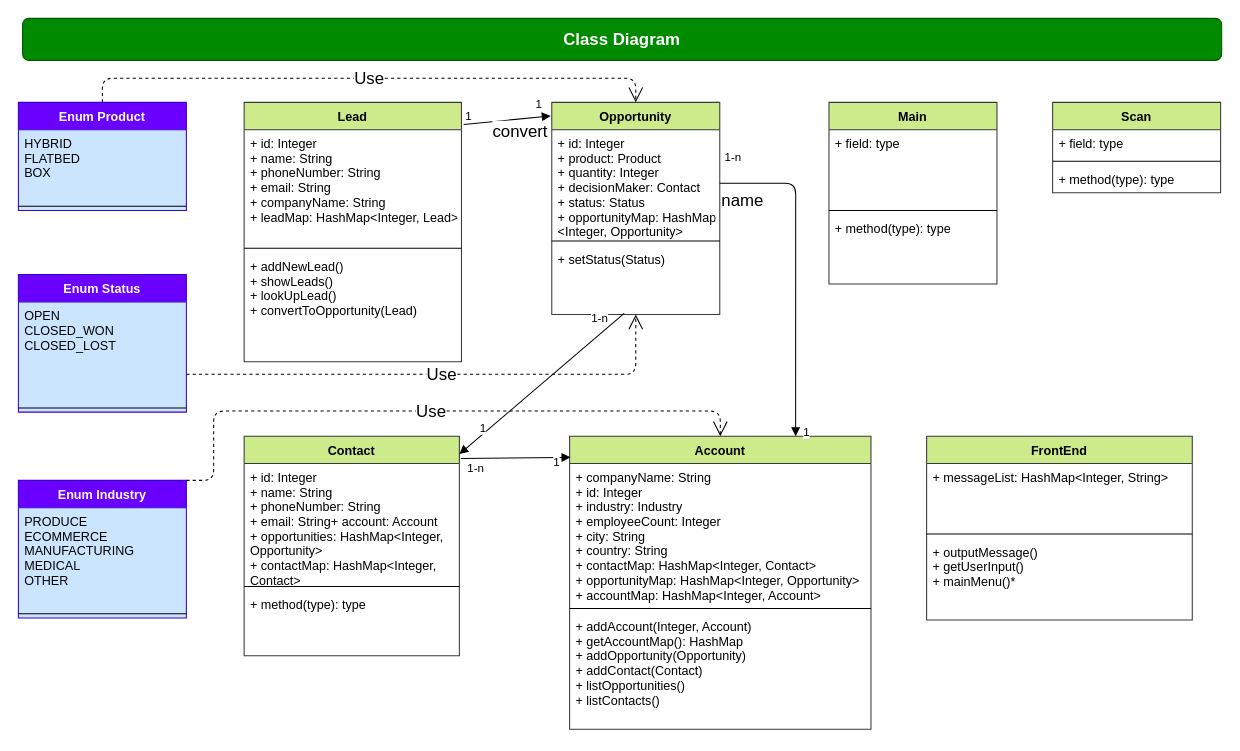
Before: docs/ClassDiagram_CRM.drawio in kemilk/leanCRM, a draw.io diagram. Source tidied: cells renumbered, new cells numbered last; positions are measured from the earlier drawing's top-left corner, leaving out a move shared by most shapes. Both pictures are drawn from the tidied source at 105%, with x=0, y=0 at pixel (18, 18).
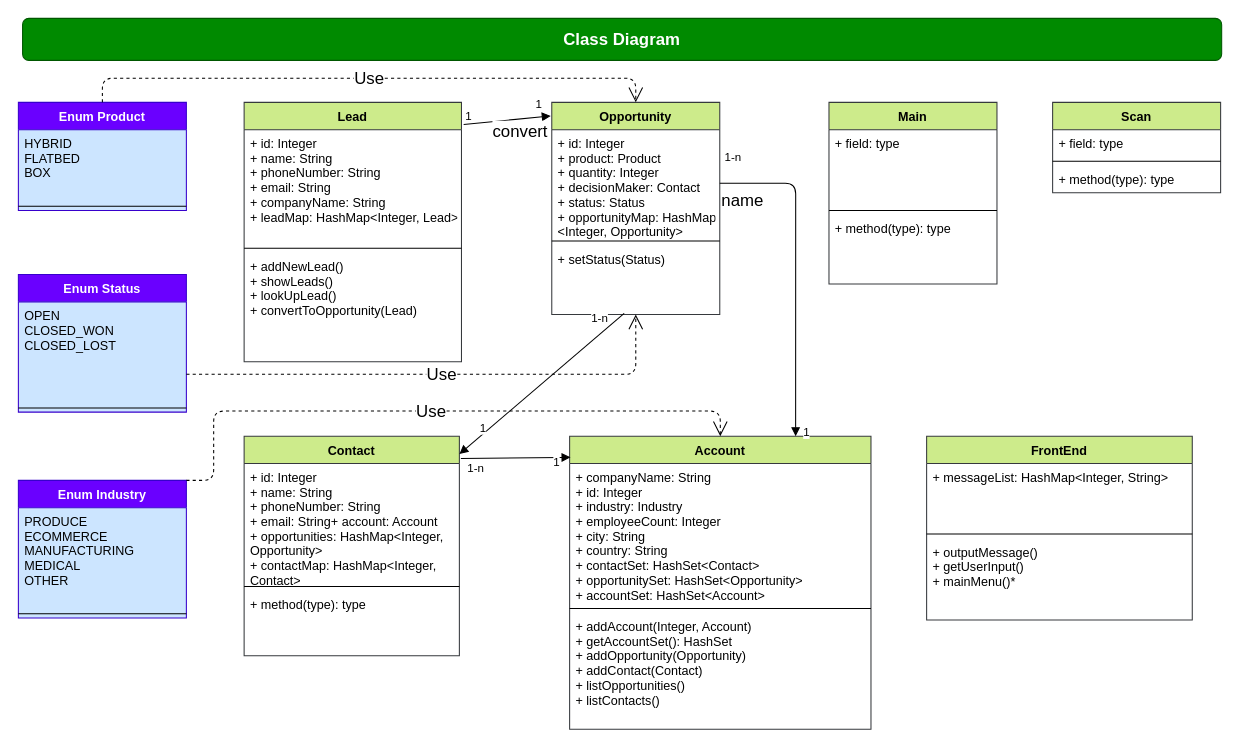
After the change.

Commit message:
Update Class Diagram Account

Unchanged cells that the change refers to:
```xml
<mxCell id="17" value="Account" style="swimlane;fontStyle=1;align=center;verticalAlign=top;horizontal=1;startSize=26;fillColor=#cdeb8b;strokeColor=#36393d;" parent="1" vertex="1">
  <mxGeometry x="525" y="398" width="287" height="279" as="geometry" />
</mxCell>
```

What changed in the source:
```diff
@@
-    <mxCell id="18" value="+ companyName: String&#10;+ id: Integer&#10;+ industry: Industry&#10;+ employeeCount: Integer&#10;+ city: String&#10;+ country: String&#10;+ contactMap: HashMap&lt;Integer, Contact&gt;&#10;+ opportunityMap: HashMap&lt;Integer, Opportunity&gt;&#10;+ accountMap: HashMap&lt;Integer, Account&gt;" style="text;strokeColor=none;fillColor=none;align=left;verticalAlign=top;spacingLeft=4;spacingRight=4;overflow=hidden;" parent="17" vertex="1">
+    <mxCell id="18" value="+ companyName: String&#10;+ id: Integer&#10;+ industry: Industry&#10;+ employeeCount: Integer&#10;+ city: String&#10;+ country: String&#10;+ contactSet: HashSet&lt;Contact&gt;&#10;+ opportunitySet: HashSet&lt;Opportunity&gt;&#10;+ accountSet: HashSet&lt;Account&gt;" style="text;strokeColor=none;fillColor=none;align=left;verticalAlign=top;spacingLeft=4;spacingRight=4;overflow=hidden;" parent="17" vertex="1">
       <mxGeometry y="26" width="287" height="134" as="geometry" />
     </mxCell>
@@
-    <mxCell id="20" value="+ addAccount(Integer, Account)&#10;+ getAccountMap(): HashMap&#10;+ addOpportunity(Opportunity)&#10;+ addContact(Contact)&#10;+ listOpportunities()&#10;+ listContacts()&#10;&#10;&#10;" style="text;strokeColor=none;fillColor=none;align=left;verticalAlign=top;spacingLeft=4;spacingRight=4;overflow=hidden;" parent="17" vertex="1">
+    <mxCell id="20" value="+ addAccount(Integer, Account)&#10;+ getAccountSet(): HashSet&#10;+ addOpportunity(Opportunity)&#10;+ addContact(Contact)&#10;+ listOpportunities()&#10;+ listContacts()&#10;&#10;&#10;" style="text;strokeColor=none;fillColor=none;align=left;verticalAlign=top;spacingLeft=4;spacingRight=4;overflow=hidden;" parent="17" vertex="1">
       <mxGeometry y="168" width="287" height="111" as="geometry" />
     </mxCell>
```
